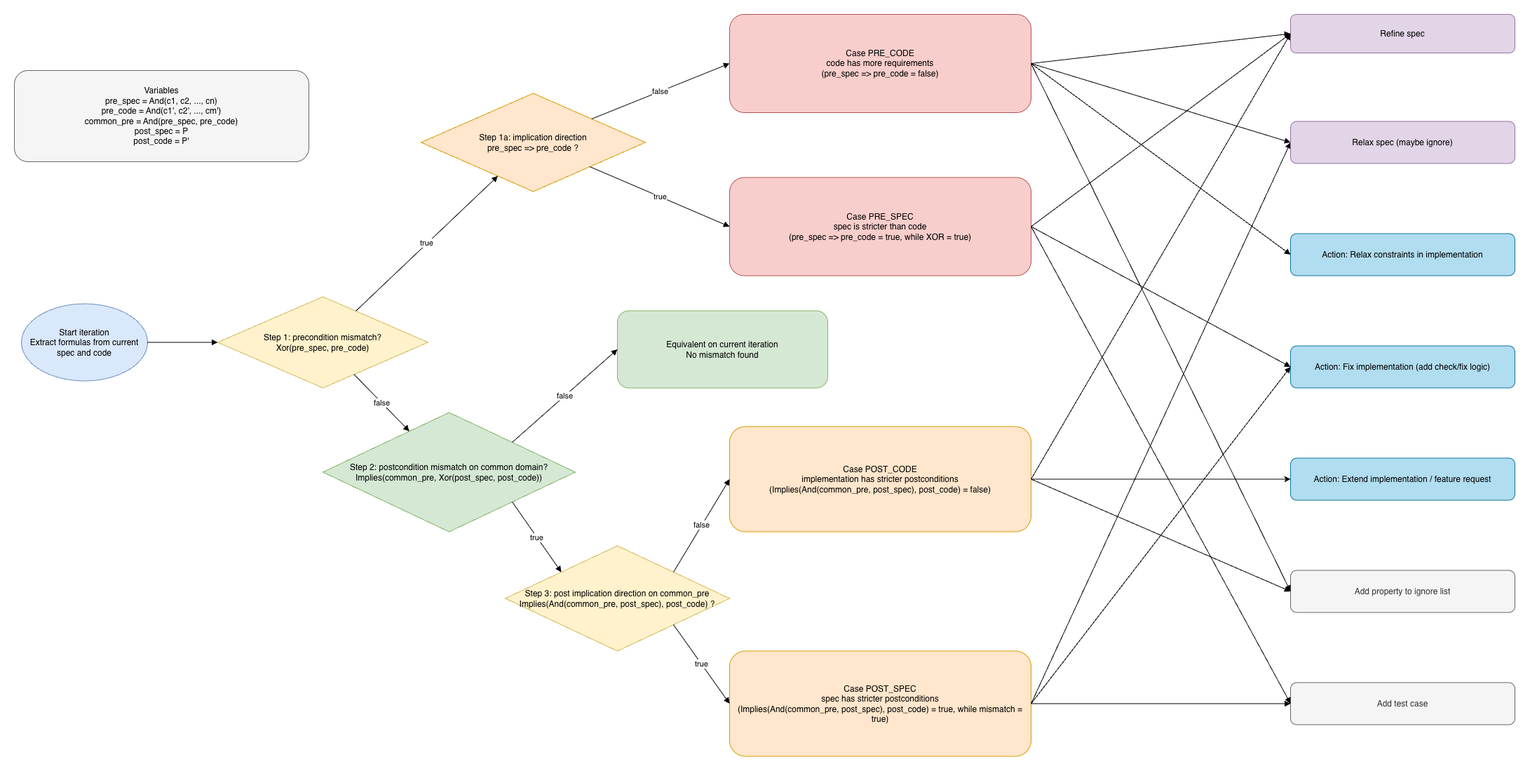
Earlier version of the draw.io export scheme.drawio.png (timur-harin/dualify). Source tidied: cells renumbered, new cells last; positions are measured from the earlier drawing's top-left corner, leaving out a move shared by most shapes.
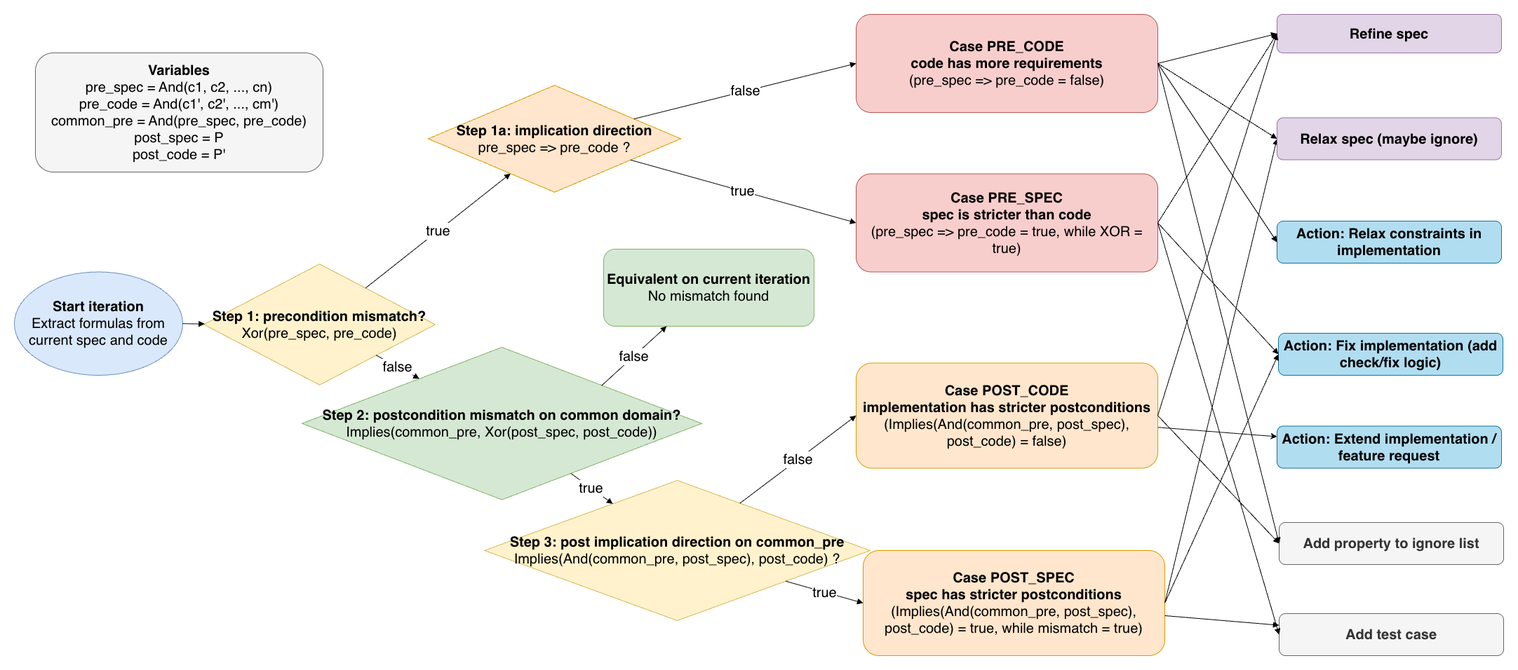
The same file after the commit.

The edit, as a diff of the source:
```diff
@@ -2,125 +2,125 @@
   <root>
     <mxCell id="0" />
     <mxCell id="1" parent="0" />
-    <mxCell id="2" value="Variables&#10;pre_spec = And(c1, c2, ..., cn)&#10;pre_code = And(c1', c2', ..., cm')&#10;common_pre = And(pre_spec, pre_code)&#10;post_spec = P&#10;post_code = P'" style="rounded=1;whiteSpace=wrap;html=1;fillColor=#f5f5f5;strokeColor=#666666;" parent="1" vertex="1">
-      <mxGeometry y="80" width="420" height="130" as="geometry" />
+    <mxCell id="2" value="&lt;b&gt;Variables&lt;br&gt;&lt;/b&gt;pre_spec = And(c1, c2, ..., cn)&lt;br&gt;pre_code = And(c1', c2', ..., cm')&lt;br&gt;common_pre = And(pre_spec, pre_code)&lt;br&gt;post_spec = P&lt;br&gt;post_code = P'" style="rounded=1;whiteSpace=wrap;html=1;fillColor=#f5f5f5;strokeColor=#666666;fontSize=20;" parent="1" vertex="1">
+      <mxGeometry y="80" width="410" height="170" as="geometry" />
     </mxCell>
-    <mxCell id="3" value="Start iteration&#10;Extract formulas from current spec and code" style="ellipse;whiteSpace=wrap;html=1;fillColor=#dae8fc;strokeColor=#6c8ebf;" parent="1" vertex="1">
-      <mxGeometry x="10" y="412.5" width="180" height="110" as="geometry" />
+    <mxCell id="3" value="&lt;b&gt;Start iteration&lt;br&gt;&lt;/b&gt;Extract formulas from current spec and code" style="ellipse;whiteSpace=wrap;html=1;fillColor=#dae8fc;strokeColor=#6c8ebf;fontSize=20;" parent="1" vertex="1">
+      <mxGeometry x="-30" y="392.5" width="240" height="147.5" as="geometry" />
     </mxCell>
-    <mxCell id="4" value="Step 1: precondition mismatch?&#10;Xor(pre_spec, pre_code)" style="rhombus;whiteSpace=wrap;html=1;fillColor=#fff2cc;strokeColor=#d6b656;" parent="1" vertex="1">
-      <mxGeometry x="290" y="402.5" width="300" height="130" as="geometry" />
+    <mxCell id="4" value="&lt;b&gt;Step 1: precondition mismatch?&lt;br&gt;&lt;/b&gt;Xor(pre_spec, pre_code)" style="rhombus;whiteSpace=wrap;html=1;fillColor=#fff2cc;strokeColor=#d6b656;fontSize=20;" parent="1" vertex="1">
+      <mxGeometry x="240" y="381.2" width="330" height="172.5" as="geometry" />
     </mxCell>
-    <mxCell id="5" value="Step 1a: implication direction&#10;pre_spec =&gt; pre_code ?" style="rhombus;whiteSpace=wrap;html=1;fillColor=#ffe6cc;strokeColor=#d79b00;" parent="1" vertex="1">
-      <mxGeometry x="580" y="112.5" width="320" height="140" as="geometry" />
+    <mxCell id="5" value="&lt;b&gt;Step 1a: implication direction&lt;br&gt;&lt;/b&gt;pre_spec =&amp;gt; pre_code ?" style="rhombus;whiteSpace=wrap;html=1;fillColor=#ffe6cc;strokeColor=#d79b00;fontSize=20;" parent="1" vertex="1">
+      <mxGeometry x="560" y="126.2" width="360" height="152.5" as="geometry" />
     </mxCell>
-    <mxCell id="6" value="Case PRE_CODE&#10;code has more requirements&#10;(pre_spec =&gt; pre_code = false)" style="rounded=1;whiteSpace=wrap;html=1;fillColor=#f8cecc;strokeColor=#b85450;" parent="1" vertex="1">
-      <mxGeometry x="1020" width="430" height="140" as="geometry" />
+    <mxCell id="6" value="&lt;b&gt;Case PRE_CODE&lt;br&gt;code has more requirements&lt;br&gt;&lt;/b&gt;(pre_spec =&amp;gt; pre_code = false)" style="rounded=1;whiteSpace=wrap;html=1;fillColor=#f8cecc;strokeColor=#b85450;fontSize=20;" parent="1" vertex="1">
+      <mxGeometry x="1170" y="25" width="430" height="140" as="geometry" />
     </mxCell>
-    <mxCell id="7" value="Case PRE_SPEC&#10;spec is stricter than code&#10;(pre_spec =&gt; pre_code = true, while XOR = true)" style="rounded=1;whiteSpace=wrap;html=1;fillColor=#f8cecc;strokeColor=#b85450;" parent="1" vertex="1">
-      <mxGeometry x="1020" y="232.5" width="430" height="140" as="geometry" />
+    <mxCell id="7" value="&lt;b&gt;Case PRE_SPEC&lt;br&gt;spec is stricter than code&lt;br&gt;&lt;/b&gt;(pre_spec =&amp;gt; pre_code = true, while XOR = true)" style="rounded=1;whiteSpace=wrap;html=1;fillColor=#f8cecc;strokeColor=#b85450;fontSize=20;" parent="1" vertex="1">
+      <mxGeometry x="1170" y="252.5" width="430" height="140" as="geometry" />
     </mxCell>
-    <mxCell id="8" value="Step 2: postcondition mismatch on common domain?&#10;Implies(common_pre, Xor(post_spec, post_code))" style="rhombus;whiteSpace=wrap;html=1;fillColor=#d5e8d4;strokeColor=#82b366;" parent="1" vertex="1">
-      <mxGeometry x="440" y="567.5" width="360" height="170" as="geometry" />
+    <mxCell id="8" value="&lt;b&gt;Step 2: postcondition mismatch on common domain?&lt;br&gt;&lt;/b&gt;Implies(common_pre, Xor(post_spec, post_code))" style="rhombus;whiteSpace=wrap;html=1;fillColor=#d5e8d4;strokeColor=#82b366;fontSize=20;" parent="1" vertex="1">
+      <mxGeometry x="380" y="500" width="570" height="217.5" as="geometry" />
     </mxCell>
-    <mxCell id="9" value="Equivalent on current iteration&#10;No mismatch found" style="rounded=1;whiteSpace=wrap;html=1;fillColor=#d5e8d4;strokeColor=#82b366;" parent="1" vertex="1">
-      <mxGeometry x="860" y="422.5" width="300" height="110" as="geometry" />
+    <mxCell id="9" value="&lt;b&gt;Equivalent on current iteration&lt;br&gt;&lt;/b&gt;No mismatch found" style="rounded=1;whiteSpace=wrap;html=1;fillColor=#d5e8d4;strokeColor=#82b366;fontSize=20;" parent="1" vertex="1">
+      <mxGeometry x="810" y="360" width="300" height="110" as="geometry" />
     </mxCell>
-    <mxCell id="10" value="Step 3: post implication direction on common_pre&#10;Implies(And(common_pre, post_spec), post_code) ?" style="rhombus;whiteSpace=wrap;html=1;fillColor=#fff2cc;strokeColor=#d6b656;" parent="1" vertex="1">
-      <mxGeometry x="700" y="757.5" width="320" height="150" as="geometry" />
+    <mxCell id="10" value="&lt;b&gt;Step 3: post implication direction on common_pre&lt;br&gt;&lt;/b&gt;Implies(And(common_pre, post_spec), post_code) ?" style="rhombus;whiteSpace=wrap;html=1;fillColor=#fff2cc;strokeColor=#d6b656;fontSize=20;" parent="1" vertex="1">
+      <mxGeometry x="640" y="690" width="550" height="200" as="geometry" />
     </mxCell>
-    <mxCell id="11" style="rounded=0;jettySize=auto;html=1;strokeColor=default;" parent="1" edge="1" source="12" target="18">
+    <mxCell id="11" style="rounded=0;jettySize=auto;html=1;strokeColor=default;fontSize=20;entryX=0;entryY=0.25;entryDx=0;entryDy=0;" parent="1" edge="1" source="12" target="18">
       <mxGeometry relative="1" as="geometry" />
     </mxCell>
-    <mxCell id="12" value="Case POST_CODE&#10;implementation has stricter postconditions&#10;(Implies(And(common_pre, post_spec), post_code) = false)" style="rounded=1;whiteSpace=wrap;html=1;fillColor=#ffe6cc;strokeColor=#d79b00;" parent="1" vertex="1">
-      <mxGeometry x="1020" y="587.5" width="430" height="150" as="geometry" />
+    <mxCell id="12" value="&lt;b&gt;Case POST_CODE&lt;br&gt;implementation has stricter postconditions&lt;br&gt;&lt;/b&gt;(Implies(And(common_pre, post_spec), post_code) = false)" style="rounded=1;whiteSpace=wrap;html=1;fillColor=#ffe6cc;strokeColor=#d79b00;fontSize=20;" parent="1" vertex="1">
+      <mxGeometry x="1170" y="522.5" width="430" height="150" as="geometry" />
     </mxCell>
-    <mxCell id="13" value="Case POST_SPEC&#10;spec has stricter postconditions&#10;(Implies(And(common_pre, post_spec), post_code) = true, while mismatch = true)" style="rounded=1;whiteSpace=wrap;html=1;fillColor=#ffe6cc;strokeColor=#d79b00;" parent="1" vertex="1">
-      <mxGeometry x="1020" y="907.5" width="430" height="150" as="geometry" />
+    <mxCell id="13" value="&lt;b&gt;Case POST_SPEC&lt;br&gt;spec has stricter postconditions&lt;br&gt;&lt;/b&gt;(Implies(And(common_pre, post_spec), post_code) = true, while mismatch = true)" style="rounded=1;whiteSpace=wrap;html=1;fillColor=#ffe6cc;strokeColor=#d79b00;fontSize=20;" parent="1" vertex="1">
+      <mxGeometry x="1180" y="790" width="430" height="150" as="geometry" />
     </mxCell>
-    <mxCell id="14" value="Refine spec" style="rounded=1;whiteSpace=wrap;html=1;fillColor=#e1d5e7;strokeColor=#9673a6;" parent="1" vertex="1">
-      <mxGeometry x="1820" width="320" height="55" as="geometry" />
+    <mxCell id="14" value="Refine spec" style="rounded=1;whiteSpace=wrap;html=1;fillColor=#e1d5e7;strokeColor=#9673a6;fontSize=20;fontStyle=1;" parent="1" vertex="1">
+      <mxGeometry x="1770" y="25" width="320" height="55" as="geometry" />
     </mxCell>
-    <mxCell id="15" value="Add property to ignore list" style="rounded=1;whiteSpace=wrap;html=1;fillColor=#f5f5f5;strokeColor=#666666;fontColor=#333333;" parent="1" vertex="1">
-      <mxGeometry x="1820" y="792.5" width="320" height="60" as="geometry" />
+    <mxCell id="15" value="Add property to ignore list" style="rounded=1;whiteSpace=wrap;html=1;fillColor=#f5f5f5;strokeColor=#666666;fontColor=#333333;fontSize=20;fontStyle=1;" parent="1" vertex="1">
+      <mxGeometry x="1773" y="750" width="320" height="60" as="geometry" />
     </mxCell>
-    <mxCell id="16" value="Action: Relax constraints in implementation" style="rounded=1;whiteSpace=wrap;html=1;fillColor=#b1ddf0;strokeColor=#10739e;" parent="1" vertex="1">
-      <mxGeometry x="1820" y="312.5" width="320" height="60" as="geometry" />
+    <mxCell id="16" value="Action: Relax constraints in implementation" style="rounded=1;whiteSpace=wrap;html=1;fillColor=#b1ddf0;strokeColor=#10739e;fontSize=20;fontStyle=1;" parent="1" vertex="1">
+      <mxGeometry x="1770" y="320" width="320" height="60" as="geometry" />
     </mxCell>
-    <mxCell id="17" value="Action: Fix implementation (add check/fix logic)" style="rounded=1;whiteSpace=wrap;html=1;fillColor=#b1ddf0;strokeColor=#10739e;" parent="1" vertex="1">
-      <mxGeometry x="1820" y="472.5" width="320" height="60" as="geometry" />
+    <mxCell id="17" value="Action: Fix implementation (add check/fix logic)" style="rounded=1;whiteSpace=wrap;html=1;fillColor=#b1ddf0;strokeColor=#10739e;fontSize=20;fontStyle=1;" parent="1" vertex="1">
+      <mxGeometry x="1772" y="480" width="320" height="60" as="geometry" />
     </mxCell>
-    <mxCell id="18" value="Action: Extend implementation / feature request" style="rounded=1;whiteSpace=wrap;html=1;fillColor=#b1ddf0;strokeColor=#10739e;" parent="1" vertex="1">
-      <mxGeometry x="1820" y="632.5" width="320" height="60" as="geometry" />
+    <mxCell id="18" value="Action: Extend implementation / feature request" style="rounded=1;whiteSpace=wrap;html=1;fillColor=#b1ddf0;strokeColor=#10739e;fontSize=20;fontStyle=1;" parent="1" vertex="1">
+      <mxGeometry x="1770" y="612.5" width="320" height="60" as="geometry" />
     </mxCell>
-    <mxCell id="19" value="Add test case" style="rounded=1;whiteSpace=wrap;html=1;fillColor=#f5f5f5;strokeColor=#666666;fontColor=#333333;" parent="1" vertex="1">
-      <mxGeometry x="1820" y="952.5" width="320" height="60" as="geometry" />
+    <mxCell id="19" value="Add test case" style="rounded=1;whiteSpace=wrap;html=1;fillColor=#f5f5f5;strokeColor=#666666;fontColor=#333333;fontSize=20;fontStyle=1;" parent="1" vertex="1">
+      <mxGeometry x="1773" y="880" width="320" height="60" as="geometry" />
     </mxCell>
-    <mxCell id="20" style="endArrow=block;html=1;" parent="1" edge="1" source="3" target="4">
+    <mxCell id="20" style="endArrow=block;html=1;fontSize=20;" parent="1" edge="1" source="3" target="4">
       <mxGeometry relative="1" as="geometry" />
     </mxCell>
-    <mxCell id="21" value="true" style="endArrow=block;html=1;" parent="1" edge="1" source="4" target="5">
+    <mxCell id="21" value="true" style="endArrow=block;html=1;fontSize=20;" parent="1" edge="1" source="4" target="5">
       <mxGeometry relative="1" as="geometry" />
     </mxCell>
-    <mxCell id="22" value="false" style="endArrow=block;html=1;" parent="1" edge="1" source="4" target="8">
+    <mxCell id="22" value="false" style="endArrow=block;html=1;fontSize=20;" parent="1" edge="1" source="4" target="8">
       <mxGeometry relative="1" as="geometry" />
     </mxCell>
-    <mxCell id="23" value="false" style="endArrow=block;html=1;entryX=0;entryY=0.5;entryDx=0;entryDy=0;" parent="1" edge="1" source="5" target="6">
+    <mxCell id="23" value="false" style="endArrow=block;html=1;entryX=0;entryY=0.5;entryDx=0;entryDy=0;fontSize=20;" parent="1" edge="1" source="5" target="6">
       <mxGeometry relative="1" as="geometry" />
     </mxCell>
-    <mxCell id="24" value="true" style="endArrow=block;html=1;entryX=0;entryY=0.5;entryDx=0;entryDy=0;" parent="1" edge="1" source="5" target="7">
+    <mxCell id="24" value="true" style="endArrow=block;html=1;entryX=0;entryY=0.5;entryDx=0;entryDy=0;fontSize=20;" parent="1" edge="1" source="5" target="7">
       <mxGeometry relative="1" as="geometry" />
     </mxCell>
-    <mxCell id="25" value="false" style="endArrow=block;html=1;entryX=0;entryY=0.5;entryDx=0;entryDy=0;exitX=1;exitY=0;exitDx=0;exitDy=0;" parent="1" edge="1" source="8" target="9">
+    <mxCell id="25" value="false" style="endArrow=block;html=1;exitX=1;exitY=0;exitDx=0;exitDy=0;fontSize=20;" parent="1" edge="1" source="8" target="9">
       <mxGeometry relative="1" as="geometry" />
     </mxCell>
-    <mxCell id="26" value="true" style="endArrow=block;html=1;exitX=1;exitY=1;exitDx=0;exitDy=0;entryX=0;entryY=0;entryDx=0;entryDy=0;" parent="1" edge="1" source="8" target="10">
+    <mxCell id="26" value="true" style="endArrow=block;html=1;fontSize=20;" parent="1" edge="1" source="8" target="10">
       <mxGeometry relative="1" as="geometry" />
     </mxCell>
-    <mxCell id="27" value="false" style="endArrow=block;html=1;entryX=0;entryY=0.5;entryDx=0;entryDy=0;exitX=1;exitY=0;exitDx=0;exitDy=0;" parent="1" edge="1" source="10" target="12">
+    <mxCell id="27" value="false" style="endArrow=block;html=1;entryX=0;entryY=0.5;entryDx=0;entryDy=0;fontSize=20;" parent="1" edge="1" source="10" target="12">
       <mxGeometry relative="1" as="geometry" />
     </mxCell>
-    <mxCell id="28" value="true" style="endArrow=block;html=1;entryX=0;entryY=0.5;entryDx=0;entryDy=0;exitX=1;exitY=1;exitDx=0;exitDy=0;" parent="1" edge="1" source="10" target="13">
+    <mxCell id="28" value="true" style="endArrow=block;html=1;entryX=0;entryY=0.5;entryDx=0;entryDy=0;fontSize=20;" parent="1" edge="1" source="10" target="13">
       <mxGeometry relative="1" as="geometry" />
     </mxCell>
-    <mxCell id="29" style="endArrow=block;html=1;rounded=0;curved=1;exitX=1;exitY=0.5;exitDx=0;exitDy=0;entryX=0;entryY=0.5;entryDx=0;entryDy=0;" parent="1" edge="1" source="6" target="14">
+    <mxCell id="29" style="endArrow=block;html=1;rounded=0;curved=1;exitX=1;exitY=0.5;exitDx=0;exitDy=0;entryX=0;entryY=0.5;entryDx=0;entryDy=0;fontSize=20;" parent="1" edge="1" source="6" target="14">
       <mxGeometry relative="1" as="geometry" />
     </mxCell>
-    <mxCell id="30" style="endArrow=block;html=1;rounded=0;curved=1;exitX=1;exitY=0.5;exitDx=0;exitDy=0;entryX=0;entryY=0.5;entryDx=0;entryDy=0;" parent="1" edge="1" source="6" target="15">
+    <mxCell id="30" style="endArrow=block;html=1;rounded=0;curved=1;exitX=1;exitY=0.5;exitDx=0;exitDy=0;entryX=0;entryY=0.5;entryDx=0;entryDy=0;fontSize=20;" parent="1" edge="1" source="6" target="15">
       <mxGeometry relative="1" as="geometry" />
     </mxCell>
-    <mxCell id="31" style="endArrow=block;html=1;rounded=0;curved=1;exitX=1;exitY=0.5;exitDx=0;exitDy=0;entryX=0;entryY=0.5;entryDx=0;entryDy=0;" parent="1" edge="1" source="6" target="16">
+    <mxCell id="31" style="endArrow=block;html=1;rounded=0;curved=1;exitX=1;exitY=0.5;exitDx=0;exitDy=0;entryX=0;entryY=0.5;entryDx=0;entryDy=0;fontSize=20;" parent="1" edge="1" source="6" target="16">
       <mxGeometry relative="1" as="geometry" />
     </mxCell>
-    <mxCell id="32" style="endArrow=block;html=1;rounded=0;curved=1;exitX=1;exitY=0.5;exitDx=0;exitDy=0;entryX=0;entryY=0.5;entryDx=0;entryDy=0;" parent="1" edge="1" source="7" target="17">
+    <mxCell id="32" style="endArrow=block;html=1;rounded=0;curved=1;exitX=1;exitY=0.5;exitDx=0;exitDy=0;entryX=0;entryY=0.5;entryDx=0;entryDy=0;fontSize=20;" parent="1" edge="1" source="7" target="17">
       <mxGeometry relative="1" as="geometry" />
     </mxCell>
-    <mxCell id="33" style="endArrow=block;html=1;rounded=0;curved=1;entryX=0;entryY=0.5;entryDx=0;entryDy=0;exitX=1;exitY=0.5;exitDx=0;exitDy=0;" parent="1" edge="1" source="7" target="14">
+    <mxCell id="33" style="endArrow=block;html=1;rounded=0;curved=1;entryX=0;entryY=0.5;entryDx=0;entryDy=0;exitX=1;exitY=0.5;exitDx=0;exitDy=0;fontSize=20;" parent="1" edge="1" source="7" target="14">
       <mxGeometry relative="1" as="geometry" />
     </mxCell>
-    <mxCell id="34" style="endArrow=block;html=1;rounded=0;curved=1;exitX=1;exitY=0.5;exitDx=0;exitDy=0;entryX=0;entryY=0.5;entryDx=0;entryDy=0;" parent="1" edge="1" source="7" target="19">
+    <mxCell id="34" style="endArrow=block;html=1;rounded=0;curved=1;exitX=1;exitY=0.5;exitDx=0;exitDy=0;entryX=0;entryY=0.5;entryDx=0;entryDy=0;fontSize=20;" parent="1" edge="1" source="7" target="19">
       <mxGeometry relative="1" as="geometry" />
     </mxCell>
-    <mxCell id="35" style="endArrow=block;html=1;exitX=1;exitY=0.5;exitDx=0;exitDy=0;rounded=0;curved=1;entryX=0;entryY=0.5;entryDx=0;entryDy=0;" parent="1" edge="1" source="12" target="14">
+    <mxCell id="35" style="endArrow=block;html=1;exitX=1;exitY=0.5;exitDx=0;exitDy=0;rounded=0;curved=1;entryX=0;entryY=0.5;entryDx=0;entryDy=0;fontSize=20;" parent="1" edge="1" source="12" target="14">
       <mxGeometry relative="1" as="geometry" />
     </mxCell>
-    <mxCell id="36" style="endArrow=block;html=1;exitX=1;exitY=0.5;exitDx=0;exitDy=0;rounded=0;curved=1;entryX=0;entryY=0.5;entryDx=0;entryDy=0;" parent="1" edge="1" source="12" target="15">
+    <mxCell id="36" style="endArrow=block;html=1;exitX=1;exitY=0.5;exitDx=0;exitDy=0;rounded=0;curved=1;entryX=0;entryY=0.5;entryDx=0;entryDy=0;fontSize=20;" parent="1" edge="1" source="12" target="15">
       <mxGeometry relative="1" as="geometry" />
     </mxCell>
-    <mxCell id="37" style="endArrow=block;html=1;rounded=0;curved=1;exitX=1;exitY=0.5;exitDx=0;exitDy=0;entryX=0;entryY=0.5;entryDx=0;entryDy=0;" parent="1" edge="1" source="13" target="41">
+    <mxCell id="37" style="endArrow=block;html=1;rounded=0;curved=1;exitX=1;exitY=0.5;exitDx=0;exitDy=0;entryX=0;entryY=0.5;entryDx=0;entryDy=0;fontSize=20;" parent="1" edge="1" source="13" target="41">
       <mxGeometry relative="1" as="geometry" />
     </mxCell>
-    <mxCell id="38" style="endArrow=block;html=1;rounded=0;curved=1;entryX=0;entryY=0.5;entryDx=0;entryDy=0;exitX=1;exitY=0.5;exitDx=0;exitDy=0;" parent="1" edge="1" source="13" target="17">
+    <mxCell id="38" style="endArrow=block;html=1;rounded=0;curved=1;entryX=0;entryY=0.5;entryDx=0;entryDy=0;exitX=1;exitY=0.5;exitDx=0;exitDy=0;fontSize=20;" parent="1" edge="1" source="13" target="17">
       <mxGeometry relative="1" as="geometry" />
     </mxCell>
-    <mxCell id="39" style="endArrow=block;html=1;rounded=0;curved=1;" parent="1" edge="1" source="13" target="19">
+    <mxCell id="39" style="endArrow=block;html=1;rounded=0;curved=1;fontSize=20;" parent="1" edge="1" source="13" target="19">
       <mxGeometry relative="1" as="geometry" />
     </mxCell>
-    <mxCell id="40" style="endArrow=block;html=1;rounded=0;curved=1;exitX=1;exitY=0.5;exitDx=0;exitDy=0;entryX=0;entryY=0.5;entryDx=0;entryDy=0;" parent="1" edge="1" source="6" target="41">
+    <mxCell id="40" style="endArrow=block;html=1;rounded=0;curved=1;exitX=1;exitY=0.5;exitDx=0;exitDy=0;entryX=0;entryY=0.5;entryDx=0;entryDy=0;fontSize=20;" parent="1" edge="1" source="6" target="41">
       <mxGeometry relative="1" as="geometry" />
     </mxCell>
-    <mxCell id="41" value="Relax spec (maybe ignore)" style="rounded=1;whiteSpace=wrap;html=1;fillColor=#e1d5e7;strokeColor=#9673a6;" parent="1" vertex="1">
-      <mxGeometry x="1820" y="152.5" width="320" height="60" as="geometry" />
+    <mxCell id="41" value="Relax spec (maybe ignore)" style="rounded=1;whiteSpace=wrap;html=1;fillColor=#e1d5e7;strokeColor=#9673a6;fontSize=20;fontStyle=1;" parent="1" vertex="1">
+      <mxGeometry x="1770" y="172.5" width="320" height="60" as="geometry" />
     </mxCell>
   </root>
 </mxGraphModel>
```
